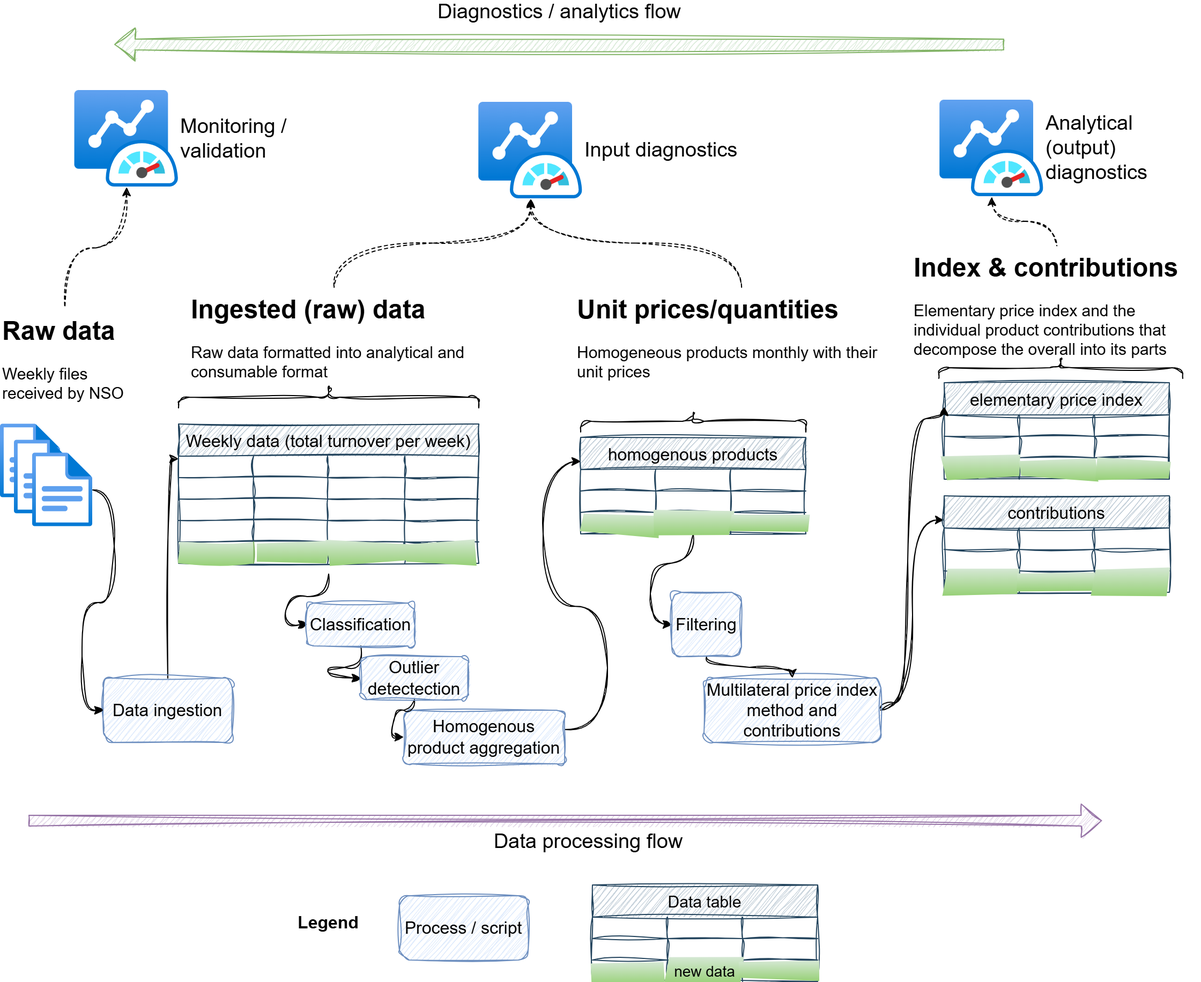
The draw.io diagram docs/images/data-flow-general.png in sergegoussev/multilateral-diagnostics, before a commit. Source tidied: cells renumbered, new cells last; positions are measured from the earlier drawing's top-left corner, leaving out a move shared by most shapes.
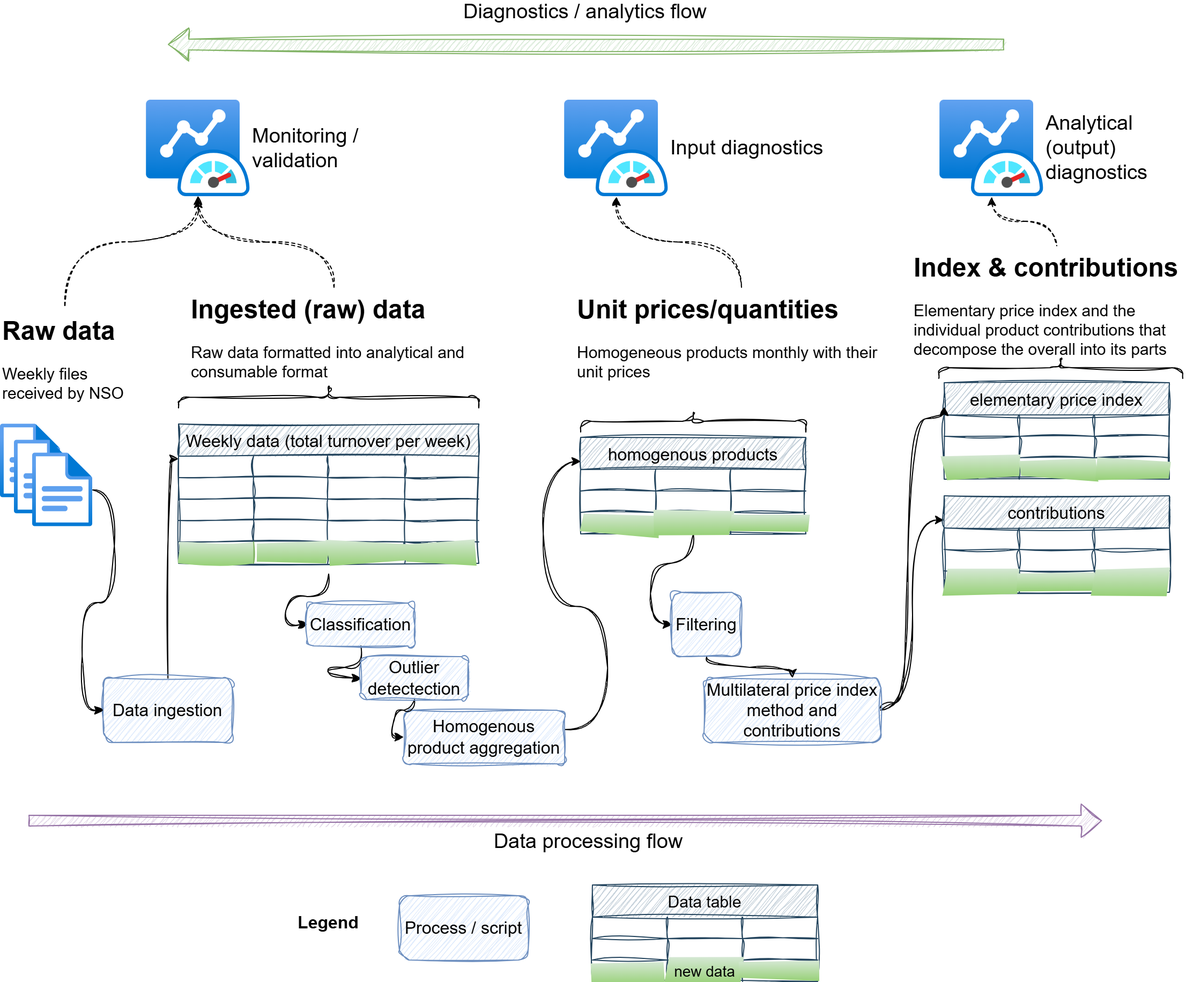
After the commit.

What changed in the source:
```diff
@@ -333,20 +333,25 @@
     <mxCell id="104" value="&lt;font&gt;Analytical&amp;nbsp;&lt;br&gt;(output)&lt;br&gt;&lt;/font&gt;&lt;div&gt;&lt;font&gt;diagnostics&lt;/font&gt;&lt;/div&gt;" style="image;html=1;points=[];align=left;fontSize=19;image=img/lib/azure2/other/Azure_Monitor_Dashboard.svg;sketch=1;curveFitting=1;jiggle=2;labelPosition=right;verticalLabelPosition=middle;verticalAlign=middle;shadow=0;labelBackgroundColor=none;" parent="1" vertex="1">
       <mxGeometry x="876" y="52" width="96.8" height="90" as="geometry" />
     </mxCell>
-    <mxCell id="105" style="edgeStyle=orthogonalEdgeStyle;rounded=0;jettySize=auto;html=1;curved=1;dashed=1;sketch=1;curveFitting=1;jiggle=2;startArrow=classic;startFill=1;endArrow=none;endFill=0;shadow=0;" parent="1" edge="1" source="107" target="52">
+    <mxCell id="105" style="edgeStyle=orthogonalEdgeStyle;rounded=0;jettySize=auto;html=1;curved=1;dashed=1;sketch=1;curveFitting=1;jiggle=2;startArrow=classic;startFill=1;endArrow=none;endFill=0;shadow=0;exitX=0.497;exitY=0.99;exitDx=0;exitDy=0;exitPerimeter=0;" parent="1" edge="1" source="109" target="52">
       <mxGeometry relative="1" as="geometry" />
     </mxCell>
     <mxCell id="106" style="edgeStyle=orthogonalEdgeStyle;rounded=0;jettySize=auto;html=1;curved=1;dashed=1;sketch=1;curveFitting=1;jiggle=2;startArrow=classic;startFill=1;endArrow=none;endFill=0;shadow=0;" parent="1" edge="1" source="107" target="73">
       <mxGeometry relative="1" as="geometry" />
     </mxCell>
     <mxCell id="107" value="&lt;font&gt;Input diagnostics&lt;/font&gt;" style="image;html=1;points=[];align=left;fontSize=19;image=img/lib/azure2/other/Azure_Monitor_Dashboard.svg;sketch=1;curveFitting=1;jiggle=2;labelPosition=right;verticalLabelPosition=middle;verticalAlign=middle;shadow=0;labelBackgroundColor=none;" parent="1" vertex="1">
-      <mxGeometry x="446" y="54" width="96.8" height="90" as="geometry" />
+      <mxGeometry x="526" y="52" width="96.8" height="90" as="geometry" />
     </mxCell>
-    <mxCell id="108" style="edgeStyle=orthogonalEdgeStyle;rounded=0;jettySize=auto;html=1;entryX=0.5;entryY=0;entryDx=0;entryDy=0;curved=1;dashed=1;sketch=1;curveFitting=1;jiggle=2;startArrow=classic;startFill=1;endArrow=none;endFill=0;shadow=0;" parent="1" edge="1" source="109" target="98">
-      <mxGeometry relative="1" as="geometry" />
+    <mxCell id="108" style="edgeStyle=orthogonalEdgeStyle;rounded=0;jettySize=auto;html=1;entryX=0.5;entryY=0;entryDx=0;entryDy=0;curved=1;dashed=1;sketch=1;curveFitting=1;jiggle=2;startArrow=classic;startFill=1;endArrow=none;endFill=0;shadow=0;exitX=0.5;exitY=1.022;exitDx=0;exitDy=0;exitPerimeter=0;" parent="1" edge="1" source="109" target="98">
+      <mxGeometry relative="1" as="geometry">
+        <Array as="points">
+          <mxPoint x="184" y="184" />
+          <mxPoint x="60" y="184" />
+        </Array>
+      </mxGeometry>
     </mxCell>
     <mxCell id="109" value="&lt;font&gt;Monitoring /&amp;nbsp;&lt;/font&gt;&lt;div&gt;&lt;font&gt;validation&amp;nbsp;&lt;/font&gt;&lt;/div&gt;" style="image;html=1;points=[];align=left;fontSize=19;image=img/lib/azure2/other/Azure_Monitor_Dashboard.svg;sketch=1;curveFitting=1;jiggle=2;labelPosition=right;verticalLabelPosition=middle;verticalAlign=middle;shadow=0;labelBackgroundColor=none;" parent="1" vertex="1">
-      <mxGeometry x="69.2" y="43" width="96.8" height="90" as="geometry" />
+      <mxGeometry x="136" y="52" width="96.8" height="90" as="geometry" />
     </mxCell>
     <mxCell id="110" style="edgeStyle=orthogonalEdgeStyle;rounded=0;jettySize=auto;html=1;entryX=0;entryY=0.5;entryDx=0;entryDy=0;curved=1;sketch=1;curveFitting=1;jiggle=2;shadow=0;" parent="1" edge="1" source="96" target="92">
       <mxGeometry relative="1" as="geometry" />
@@ -354,7 +359,7 @@
     <mxCell id="111" value="&lt;font&gt;Diagnostics / analytics flow&lt;/font&gt;" style="shape=flexArrow;endArrow=classic;html=1;rounded=0;fontSize=19;fillColor=#d5e8d4;strokeColor=#82b366;sketch=1;curveFitting=1;jiggle=2;shadow=0;" parent="1" edge="1">
       <mxGeometry y="-30" relative="1" as="geometry">
         <mxPoint x="936" as="sourcePoint" />
-        <mxPoint x="106" as="targetPoint" />
+        <mxPoint x="156" as="targetPoint" />
       </mxGeometry>
     </mxCell>
     <mxCell id="112" value="Data processing flow" style="shape=flexArrow;endArrow=classic;html=1;rounded=0;fontSize=19;fillColor=#e1d5e7;strokeColor=#9673a6;sketch=1;curveFitting=1;jiggle=2;shadow=0;" parent="1" edge="1">
```
